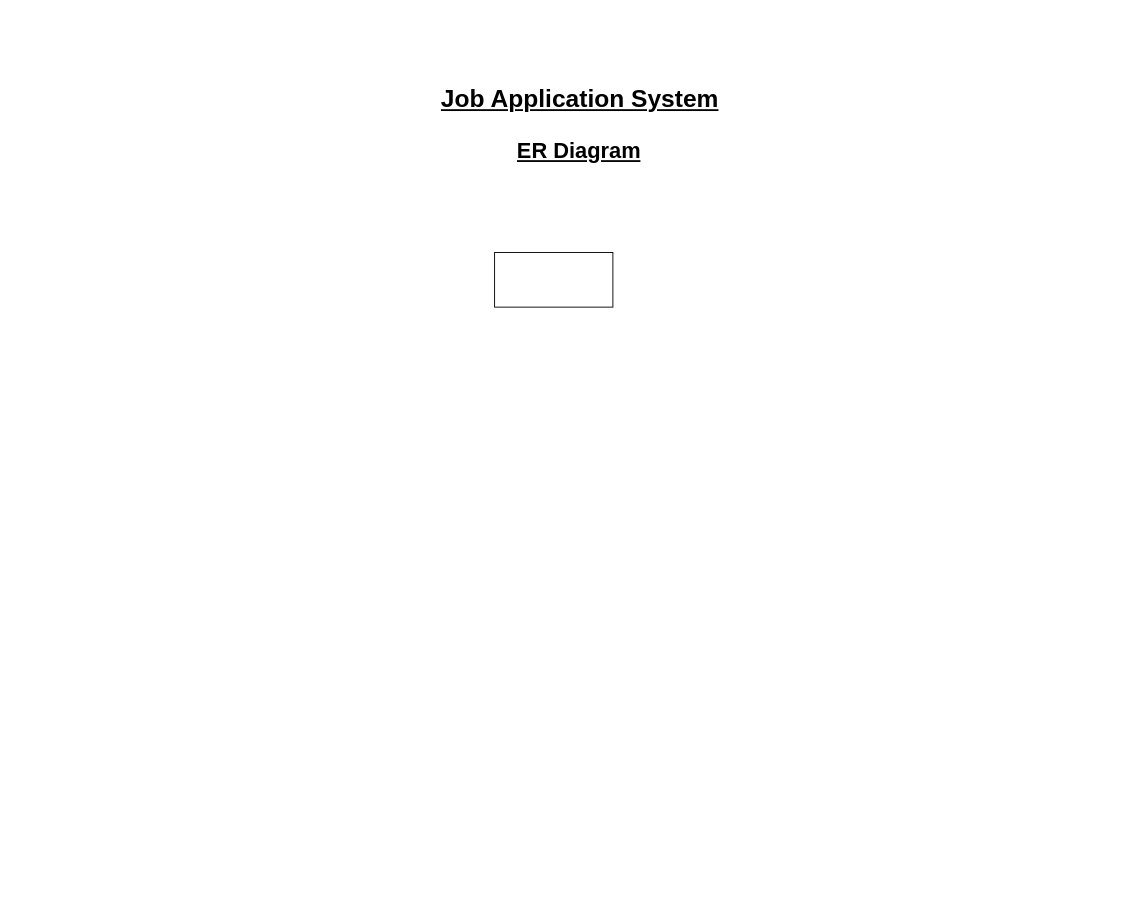
Earlier version of the draw.io diagram page "ERD" (2 of 2) of Job Management System.drawio (ramancodes/Diagrams). Source tidied: cells renumbered, new cells numbered last; positions are measured from the earlier drawing's top-left corner, leaving out a move shared by most shapes. Both pictures are drawn from the tidied source at 91%, with x=0, y=0 at pixel (430, 79).
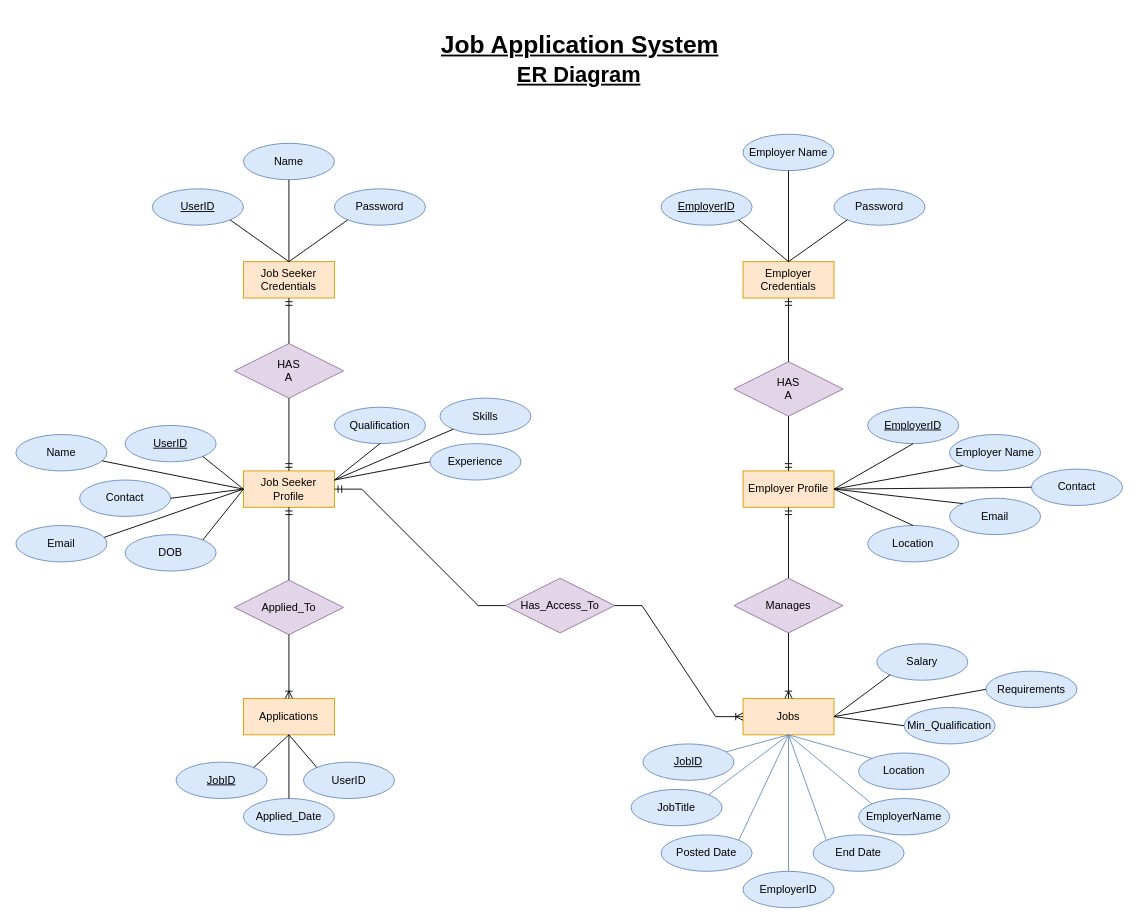
The same page after the edit.

The edit, as a diff of the source:
```diff
@@
     <mxCell id="2" value="&lt;h1&gt;&lt;font style=&quot;font-size: 27px;&quot;&gt;Job Application System&lt;/font&gt;&lt;/h1&gt;" style="text;html=1;strokeColor=none;fillColor=none;spacing=5;spacingTop=-20;whiteSpace=wrap;overflow=hidden;rounded=0;align=center;fontStyle=4;" parent="1" vertex="1">
-      <mxGeometry width="330" height="40" as="geometry" />
+      <mxGeometry y="-60" width="330" height="40" as="geometry" />
     </mxCell>
     <mxCell id="3" value="&lt;h1&gt;ER Diagram&lt;/h1&gt;" style="text;html=1;strokeColor=none;fillColor=none;spacing=5;spacingTop=-20;whiteSpace=wrap;overflow=hidden;rounded=0;align=center;fontStyle=4;" parent="1" vertex="1">
-      <mxGeometry x="39" y="59" width="250" height="40" as="geometry" />
+      <mxGeometry x="39" y="-25" width="250" height="40" as="geometry" />
     </mxCell>
-    <mxCell id="4" style="html=1;dashed=0;whiteSpace=wrap;" parent="1" vertex="1">
-      <mxGeometry x="71" y="190" width="130" height="60" as="geometry" />
-    </mxCell>
+    <mxCell id="5" value="Job Seeker Credentials" style="whiteSpace=wrap;html=1;align=center;fillColor=#ffe6cc;strokeColor=#d79b00;" parent="1" vertex="1">
+      <mxGeometry x="-205" y="200" width="100" height="40" as="geometry" />
+    </mxCell>
+    <mxCell id="6" value="Employer Credentials" style="whiteSpace=wrap;html=1;align=center;fillColor=#ffe6cc;strokeColor=#d79b00;" parent="1" vertex="1">
+      <mxGeometry x="344" y="200" width="100" height="40" as="geometry" />
+    </mxCell>
+    <mxCell id="7" value="Job Seeker Profile" style="whiteSpace=wrap;html=1;align=center;fillColor=#ffe6cc;strokeColor=#d79b00;" parent="1" vertex="1">
+      <mxGeometry x="-205" y="430" width="100" height="40" as="geometry" />
+    </mxCell>
+    <mxCell id="8" value="Employer Profile" style="whiteSpace=wrap;html=1;align=center;fillColor=#ffe6cc;strokeColor=#d79b00;" parent="1" vertex="1">
+      <mxGeometry x="344" y="430" width="100" height="40" as="geometry" />
+    </mxCell>
+    <mxCell id="9" value="Applications" style="whiteSpace=wrap;html=1;align=center;fillColor=#ffe6cc;strokeColor=#d79b00;" parent="1" vertex="1">
+      <mxGeometry x="-205" y="680" width="100" height="40" as="geometry" />
+    </mxCell>
+    <mxCell id="10" value="Jobs" style="whiteSpace=wrap;html=1;align=center;fillColor=#ffe6cc;strokeColor=#d79b00;" parent="1" vertex="1">
+      <mxGeometry x="344" y="680" width="100" height="40" as="geometry" />
+    </mxCell>
+    <mxCell id="11" value="UserID" style="ellipse;whiteSpace=wrap;html=1;align=center;fontStyle=4;fillColor=#dae8fc;strokeColor=#6c8ebf;" parent="1" vertex="1">
+      <mxGeometry x="-305" y="120" width="100" height="40" as="geometry" />
+    </mxCell>
+    <mxCell id="12" value="EmployerID" style="ellipse;whiteSpace=wrap;html=1;align=center;fontStyle=4;fillColor=#dae8fc;strokeColor=#6c8ebf;" parent="1" vertex="1">
+      <mxGeometry x="254" y="120" width="100" height="40" as="geometry" />
+    </mxCell>
+    <mxCell id="13" value="Password" style="ellipse;whiteSpace=wrap;html=1;align=center;fontStyle=0;fillColor=#dae8fc;strokeColor=#6c8ebf;" parent="1" vertex="1">
+      <mxGeometry x="-105" y="120" width="100" height="40" as="geometry" />
+    </mxCell>
+    <mxCell id="14" value="Password" style="ellipse;whiteSpace=wrap;html=1;align=center;fontStyle=0;fillColor=#dae8fc;strokeColor=#6c8ebf;" parent="1" vertex="1">
+      <mxGeometry x="444" y="120" width="100" height="40" as="geometry" />
+    </mxCell>
+    <mxCell id="15" value="Name" style="ellipse;whiteSpace=wrap;html=1;align=center;fontStyle=0;fillColor=#dae8fc;strokeColor=#6c8ebf;" parent="1" vertex="1">
+      <mxGeometry x="-205" y="70" width="100" height="40" as="geometry" />
+    </mxCell>
+    <mxCell id="16" value="Employer Name" style="ellipse;whiteSpace=wrap;html=1;align=center;fontStyle=0;fillColor=#dae8fc;strokeColor=#6c8ebf;" parent="1" vertex="1">
+      <mxGeometry x="344" y="60" width="100" height="40" as="geometry" />
+    </mxCell>
+    <mxCell id="17" value="HAS&lt;br&gt;A" style="shape=rhombus;perimeter=rhombusPerimeter;whiteSpace=wrap;html=1;align=center;fillColor=#e1d5e7;strokeColor=#9673a6;" parent="1" vertex="1">
+      <mxGeometry x="-215" y="290" width="120" height="60" as="geometry" />
+    </mxCell>
+    <mxCell id="18" value="HAS&lt;br&gt;A" style="shape=rhombus;perimeter=rhombusPerimeter;whiteSpace=wrap;html=1;align=center;fillColor=#e1d5e7;strokeColor=#9673a6;" parent="1" vertex="1">
+      <mxGeometry x="334" y="310" width="120" height="60" as="geometry" />
+    </mxCell>
+    <mxCell id="19" value="Applied_To" style="shape=rhombus;perimeter=rhombusPerimeter;whiteSpace=wrap;html=1;align=center;fillColor=#e1d5e7;strokeColor=#9673a6;" parent="1" vertex="1">
+      <mxGeometry x="-215" y="550" width="120" height="60" as="geometry" />
+    </mxCell>
+    <mxCell id="20" value="Manages" style="shape=rhombus;perimeter=rhombusPerimeter;whiteSpace=wrap;html=1;align=center;fillColor=#e1d5e7;strokeColor=#9673a6;" parent="1" vertex="1">
+      <mxGeometry x="334" y="548" width="120" height="60" as="geometry" />
+    </mxCell>
+    <mxCell id="21" value="Has_Access_To" style="shape=rhombus;perimeter=rhombusPerimeter;whiteSpace=wrap;html=1;align=center;fillColor=#e1d5e7;strokeColor=#9673a6;" parent="1" vertex="1">
+      <mxGeometry x="83" y="548" width="120" height="60" as="geometry" />
+    </mxCell>
+    <mxCell id="22" style="endArrow=none;html=1;rounded=0;entryX=0;entryY=1;entryDx=0;entryDy=0;exitX=0.5;exitY=0;exitDx=0;exitDy=0;" parent="1" edge="1" source="5" target="13">
+      <mxGeometry relative="1" as="geometry" />
+    </mxCell>
+    <mxCell id="23" style="endArrow=none;html=1;rounded=0;entryX=0.5;entryY=1;entryDx=0;entryDy=0;exitX=0.5;exitY=0;exitDx=0;exitDy=0;" parent="1" edge="1" source="5" target="15">
+      <mxGeometry relative="1" as="geometry" />
+    </mxCell>
+    <mxCell id="24" style="endArrow=none;html=1;rounded=0;entryX=1;entryY=1;entryDx=0;entryDy=0;exitX=0.5;exitY=0;exitDx=0;exitDy=0;" parent="1" edge="1" source="5" target="11">
+      <mxGeometry relative="1" as="geometry" />
+    </mxCell>
+    <mxCell id="25" style="endArrow=none;html=1;rounded=0;entryX=0.5;entryY=1;entryDx=0;entryDy=0;exitX=0.5;exitY=0;exitDx=0;exitDy=0;" parent="1" edge="1" source="6" target="16">
+      <mxGeometry relative="1" as="geometry" />
+    </mxCell>
+    <mxCell id="26" style="endArrow=none;html=1;rounded=0;entryX=0;entryY=1;entryDx=0;entryDy=0;exitX=0.5;exitY=0;exitDx=0;exitDy=0;" parent="1" edge="1" source="6" target="14">
+      <mxGeometry relative="1" as="geometry" />
+    </mxCell>
+    <mxCell id="27" style="endArrow=none;html=1;rounded=0;entryX=1;entryY=1;entryDx=0;entryDy=0;" parent="1" edge="1" target="12">
+      <mxGeometry relative="1" as="geometry">
+        <mxPoint x="394" y="200" as="sourcePoint" />
+      </mxGeometry>
+    </mxCell>
+    <mxCell id="28" value="UserID" style="ellipse;whiteSpace=wrap;html=1;align=center;fontStyle=4;fillColor=#dae8fc;strokeColor=#6c8ebf;" parent="1" vertex="1">
+      <mxGeometry x="-335" y="380" width="100" height="40" as="geometry" />
+    </mxCell>
+    <mxCell id="29" value="Contact" style="ellipse;whiteSpace=wrap;html=1;align=center;fontStyle=0;fillColor=#dae8fc;strokeColor=#6c8ebf;" parent="1" vertex="1">
+      <mxGeometry x="-385" y="440" width="100" height="40" as="geometry" />
+    </mxCell>
+    <mxCell id="30" value="DOB" style="ellipse;whiteSpace=wrap;html=1;align=center;fontStyle=0;fillColor=#dae8fc;strokeColor=#6c8ebf;" parent="1" vertex="1">
+      <mxGeometry x="-335" y="500" width="100" height="40" as="geometry" />
+    </mxCell>
+    <mxCell id="31" value="Name" style="ellipse;whiteSpace=wrap;html=1;align=center;fontStyle=0;fillColor=#dae8fc;strokeColor=#6c8ebf;" parent="1" vertex="1">
+      <mxGeometry x="-455" y="390" width="100" height="40" as="geometry" />
+    </mxCell>
+    <mxCell id="32" value="Email" style="ellipse;whiteSpace=wrap;html=1;align=center;fontStyle=0;fillColor=#dae8fc;strokeColor=#6c8ebf;" parent="1" vertex="1">
+      <mxGeometry x="-455" y="490" width="100" height="40" as="geometry" />
+    </mxCell>
+    <mxCell id="33" style="endArrow=none;html=1;rounded=0;entryX=0;entryY=0.5;entryDx=0;entryDy=0;" parent="1" edge="1" source="31" target="7">
+      <mxGeometry relative="1" as="geometry" />
+    </mxCell>
+    <mxCell id="34" style="endArrow=none;html=1;rounded=0;exitX=0.97;exitY=0.325;exitDx=0;exitDy=0;exitPerimeter=0;" parent="1" edge="1" source="32">
+      <mxGeometry relative="1" as="geometry">
+        <mxPoint x="-205" y="450" as="targetPoint" />
+      </mxGeometry>
+    </mxCell>
+    <mxCell id="35" style="endArrow=none;html=1;rounded=0;exitX=1;exitY=0.5;exitDx=0;exitDy=0;entryX=0;entryY=0.5;entryDx=0;entryDy=0;" parent="1" edge="1" source="29" target="7">
+      <mxGeometry relative="1" as="geometry" />
+    </mxCell>
+    <mxCell id="36" style="endArrow=none;html=1;rounded=0;exitX=1;exitY=1;exitDx=0;exitDy=0;entryX=0;entryY=0.5;entryDx=0;entryDy=0;" parent="1" edge="1" source="28" target="7">
+      <mxGeometry relative="1" as="geometry" />
+    </mxCell>
+    <mxCell id="37" style="endArrow=none;html=1;rounded=0;exitX=1;exitY=0;exitDx=0;exitDy=0;entryX=0;entryY=0.5;entryDx=0;entryDy=0;" parent="1" edge="1" source="30" target="7">
+      <mxGeometry relative="1" as="geometry" />
+    </mxCell>
+    <mxCell id="38" value="Qualification" style="ellipse;whiteSpace=wrap;html=1;align=center;fontStyle=0;fillColor=#dae8fc;strokeColor=#6c8ebf;" parent="1" vertex="1">
+      <mxGeometry x="-105" y="360" width="100" height="40" as="geometry" />
+    </mxCell>
+    <mxCell id="39" value="Experience" style="ellipse;whiteSpace=wrap;html=1;align=center;fontStyle=0;fillColor=#dae8fc;strokeColor=#6c8ebf;" parent="1" vertex="1">
+      <mxGeometry y="400" width="100" height="40" as="geometry" />
+    </mxCell>
+    <mxCell id="40" value="Skills" style="ellipse;whiteSpace=wrap;html=1;align=center;fontStyle=0;fillColor=#dae8fc;strokeColor=#6c8ebf;" parent="1" vertex="1">
+      <mxGeometry x="11" y="350" width="100" height="40" as="geometry" />
+    </mxCell>
+    <mxCell id="41" style="endArrow=none;html=1;rounded=0;entryX=0.5;entryY=1;entryDx=0;entryDy=0;exitX=1;exitY=0.25;exitDx=0;exitDy=0;" parent="1" edge="1" source="7" target="38">
+      <mxGeometry relative="1" as="geometry" />
+    </mxCell>
+    <mxCell id="42" style="endArrow=none;html=1;rounded=0;entryX=0;entryY=1;entryDx=0;entryDy=0;exitX=1;exitY=0.25;exitDx=0;exitDy=0;" parent="1" edge="1" source="7" target="40">
+      <mxGeometry relative="1" as="geometry" />
+    </mxCell>
+    <mxCell id="43" style="endArrow=none;html=1;rounded=0;entryX=0;entryY=0.5;entryDx=0;entryDy=0;exitX=1;exitY=0.25;exitDx=0;exitDy=0;" parent="1" edge="1" source="7" target="39">
+      <mxGeometry relative="1" as="geometry" />
+    </mxCell>
+    <mxCell id="44" value="Employer Name" style="ellipse;whiteSpace=wrap;html=1;align=center;fontStyle=0;fillColor=#dae8fc;strokeColor=#6c8ebf;" parent="1" vertex="1">
+      <mxGeometry x="571" y="390" width="100" height="40" as="geometry" />
+    </mxCell>
+    <mxCell id="45" value="Contact" style="ellipse;whiteSpace=wrap;html=1;align=center;fontStyle=0;fillColor=#dae8fc;strokeColor=#6c8ebf;" parent="1" vertex="1">
+      <mxGeometry x="661" y="428" width="100" height="40" as="geometry" />
+    </mxCell>
+    <mxCell id="46" value="Location" style="ellipse;whiteSpace=wrap;html=1;align=center;fontStyle=0;fillColor=#dae8fc;strokeColor=#6c8ebf;" parent="1" vertex="1">
+      <mxGeometry x="481" y="490" width="100" height="40" as="geometry" />
+    </mxCell>
+    <mxCell id="47" value="EmployerID" style="ellipse;whiteSpace=wrap;html=1;align=center;fontStyle=4;fillColor=#dae8fc;strokeColor=#6c8ebf;" parent="1" vertex="1">
+      <mxGeometry x="481" y="360" width="100" height="40" as="geometry" />
+    </mxCell>
+    <mxCell id="48" value="Email" style="ellipse;whiteSpace=wrap;html=1;align=center;fontStyle=0;fillColor=#dae8fc;strokeColor=#6c8ebf;" parent="1" vertex="1">
+      <mxGeometry x="571" y="460" width="100" height="40" as="geometry" />
+    </mxCell>
+    <mxCell id="49" style="endArrow=none;html=1;rounded=0;entryX=0.5;entryY=1;entryDx=0;entryDy=0;exitX=1;exitY=0.5;exitDx=0;exitDy=0;" parent="1" edge="1" source="8" target="47">
+      <mxGeometry relative="1" as="geometry" />
+    </mxCell>
+    <mxCell id="50" style="endArrow=none;html=1;rounded=0;entryX=0;entryY=1;entryDx=0;entryDy=0;exitX=1;exitY=0.5;exitDx=0;exitDy=0;" parent="1" edge="1" source="8" target="44">
+      <mxGeometry relative="1" as="geometry" />
+    </mxCell>
+    <mxCell id="51" style="endArrow=none;html=1;rounded=0;entryX=0.5;entryY=0;entryDx=0;entryDy=0;exitX=1;exitY=0.5;exitDx=0;exitDy=0;" parent="1" edge="1" source="8" target="46">
+      <mxGeometry relative="1" as="geometry" />
+    </mxCell>
+    <mxCell id="52" style="endArrow=none;html=1;rounded=0;entryX=0;entryY=0;entryDx=0;entryDy=0;exitX=1;exitY=0.5;exitDx=0;exitDy=0;" parent="1" edge="1" source="8" target="48">
+      <mxGeometry relative="1" as="geometry" />
+    </mxCell>
+    <mxCell id="53" style="endArrow=none;html=1;rounded=0;entryX=0;entryY=0.5;entryDx=0;entryDy=0;exitX=1;exitY=0.5;exitDx=0;exitDy=0;" parent="1" edge="1" source="8" target="45">
+      <mxGeometry relative="1" as="geometry" />
+    </mxCell>
+    <mxCell id="54" value="JobID" style="ellipse;whiteSpace=wrap;html=1;align=center;fontStyle=4;fillColor=#dae8fc;strokeColor=#6c8ebf;" parent="1" vertex="1">
+      <mxGeometry x="234" y="730" width="100" height="40" as="geometry" />
+    </mxCell>
+    <mxCell id="55" value="JobTitle" style="ellipse;whiteSpace=wrap;html=1;align=center;fontStyle=0;fillColor=#dae8fc;strokeColor=#6c8ebf;" parent="1" vertex="1">
+      <mxGeometry x="221" y="780" width="100" height="40" as="geometry" />
+    </mxCell>
+    <mxCell id="56" value="EmployerID" style="ellipse;whiteSpace=wrap;html=1;align=center;fontStyle=0;fillColor=#dae8fc;strokeColor=#6c8ebf;" parent="1" vertex="1">
+      <mxGeometry x="344" y="870" width="100" height="40" as="geometry" />
+    </mxCell>
+    <mxCell id="57" value="EmployerName" style="ellipse;whiteSpace=wrap;html=1;align=center;fontStyle=0;fillColor=#dae8fc;strokeColor=#6c8ebf;" parent="1" vertex="1">
+      <mxGeometry x="471" y="790" width="100" height="40" as="geometry" />
+    </mxCell>
+    <mxCell id="58" value="Location" style="ellipse;whiteSpace=wrap;html=1;align=center;fontStyle=0;fillColor=#dae8fc;strokeColor=#6c8ebf;" parent="1" vertex="1">
+      <mxGeometry x="471" y="740" width="100" height="40" as="geometry" />
+    </mxCell>
+    <mxCell id="59" value="Salary" style="ellipse;whiteSpace=wrap;html=1;align=center;fontStyle=0;fillColor=#dae8fc;strokeColor=#6c8ebf;" parent="1" vertex="1">
+      <mxGeometry x="491" y="620" width="100" height="40" as="geometry" />
+    </mxCell>
+    <mxCell id="60" value="Min_Qualification" style="ellipse;whiteSpace=wrap;html=1;align=center;fontStyle=0;fillColor=#dae8fc;strokeColor=#6c8ebf;" parent="1" vertex="1">
+      <mxGeometry x="521" y="690" width="100" height="40" as="geometry" />
+    </mxCell>
+    <mxCell id="61" value="Requirements" style="ellipse;whiteSpace=wrap;html=1;align=center;fontStyle=0;fillColor=#dae8fc;strokeColor=#6c8ebf;" parent="1" vertex="1">
+      <mxGeometry x="611" y="650" width="100" height="40" as="geometry" />
+    </mxCell>
+    <mxCell id="62" style="endArrow=none;html=1;rounded=0;entryX=0.5;entryY=1;entryDx=0;entryDy=0;fillColor=#dae8fc;strokeColor=#6c8ebf;" parent="1" edge="1" source="54" target="10">
+      <mxGeometry relative="1" as="geometry" />
+    </mxCell>
+    <mxCell id="63" style="endArrow=none;html=1;rounded=0;exitX=1;exitY=0;exitDx=0;exitDy=0;entryX=0.5;entryY=1;entryDx=0;entryDy=0;fillColor=#dae8fc;strokeColor=#6c8ebf;" parent="1" edge="1" source="55" target="10">
+      <mxGeometry relative="1" as="geometry" />
+    </mxCell>
+    <mxCell id="64" style="endArrow=none;html=1;rounded=0;exitX=0;exitY=0;exitDx=0;exitDy=0;entryX=0.5;entryY=1;entryDx=0;entryDy=0;fillColor=#dae8fc;strokeColor=#6c8ebf;" parent="1" edge="1" source="57" target="10">
+      <mxGeometry relative="1" as="geometry" />
+    </mxCell>
+    <mxCell id="65" style="endArrow=none;html=1;rounded=0;exitX=0.5;exitY=0;exitDx=0;exitDy=0;entryX=0.5;entryY=1;entryDx=0;entryDy=0;fillColor=#dae8fc;strokeColor=#6c8ebf;" parent="1" edge="1" source="56" target="10">
+      <mxGeometry relative="1" as="geometry" />
+    </mxCell>
+    <mxCell id="66" style="endArrow=none;html=1;rounded=0;exitX=0;exitY=0;exitDx=0;exitDy=0;entryX=0.5;entryY=1;entryDx=0;entryDy=0;fillColor=#dae8fc;strokeColor=#6c8ebf;" parent="1" edge="1" source="58" target="10">
+      <mxGeometry relative="1" as="geometry" />
+    </mxCell>
+    <mxCell id="67" style="endArrow=none;html=1;rounded=0;exitX=0;exitY=0.5;exitDx=0;exitDy=0;entryX=1;entryY=0.5;entryDx=0;entryDy=0;" parent="1" edge="1" source="60" target="10">
+      <mxGeometry relative="1" as="geometry" />
+    </mxCell>
+    <mxCell id="68" style="endArrow=none;html=1;rounded=0;exitX=0;exitY=0.5;exitDx=0;exitDy=0;entryX=1;entryY=0.5;entryDx=0;entryDy=0;" parent="1" edge="1" source="61" target="10">
+      <mxGeometry relative="1" as="geometry" />
+    </mxCell>
+    <mxCell id="69" style="endArrow=none;html=1;rounded=0;exitX=0;exitY=1;exitDx=0;exitDy=0;entryX=1;entryY=0.5;entryDx=0;entryDy=0;" parent="1" edge="1" source="59" target="10">
+      <mxGeometry relative="1" as="geometry" />
+    </mxCell>
+    <mxCell id="70" value="Posted Date" style="ellipse;whiteSpace=wrap;html=1;align=center;fontStyle=0;fillColor=#dae8fc;strokeColor=#6c8ebf;" parent="1" vertex="1">
+      <mxGeometry x="254" y="830" width="100" height="40" as="geometry" />
+    </mxCell>
+    <mxCell id="71" style="endArrow=none;html=1;rounded=0;exitX=1;exitY=0;exitDx=0;exitDy=0;entryX=0.5;entryY=1;entryDx=0;entryDy=0;fillColor=#dae8fc;strokeColor=#6c8ebf;" parent="1" edge="1" source="70" target="10">
+      <mxGeometry relative="1" as="geometry" />
+    </mxCell>
+    <mxCell id="72" value="End Date" style="ellipse;whiteSpace=wrap;html=1;align=center;fontStyle=0;fillColor=#dae8fc;strokeColor=#6c8ebf;" parent="1" vertex="1">
+      <mxGeometry x="421" y="830" width="100" height="40" as="geometry" />
+    </mxCell>
+    <mxCell id="73" style="endArrow=none;html=1;rounded=0;entryX=0.5;entryY=1;entryDx=0;entryDy=0;exitX=0;exitY=0;exitDx=0;exitDy=0;fillColor=#dae8fc;strokeColor=#6c8ebf;" parent="1" edge="1" source="72" target="10">
+      <mxGeometry relative="1" as="geometry" />
+    </mxCell>
+    <mxCell id="74" value="JobID" style="ellipse;whiteSpace=wrap;html=1;align=center;fontStyle=4;fillColor=#dae8fc;strokeColor=#6c8ebf;" parent="1" vertex="1">
+      <mxGeometry x="-279" y="750" width="100" height="40" as="geometry" />
+    </mxCell>
+    <mxCell id="75" value="UserID" style="ellipse;whiteSpace=wrap;html=1;align=center;fontStyle=0;fillColor=#dae8fc;strokeColor=#6c8ebf;" parent="1" vertex="1">
+      <mxGeometry x="-139" y="750" width="100" height="40" as="geometry" />
+    </mxCell>
+    <mxCell id="76" value="Applied_Date" style="ellipse;whiteSpace=wrap;html=1;align=center;fontStyle=0;fillColor=#dae8fc;strokeColor=#6c8ebf;" parent="1" vertex="1">
+      <mxGeometry x="-205" y="790" width="100" height="40" as="geometry" />
+    </mxCell>
+    <mxCell id="77" style="endArrow=none;html=1;rounded=0;entryX=0.5;entryY=1;entryDx=0;entryDy=0;exitX=1;exitY=0;exitDx=0;exitDy=0;" parent="1" edge="1" source="74" target="9">
+      <mxGeometry relative="1" as="geometry" />
+    </mxCell>
+    <mxCell id="78" style="endArrow=none;html=1;rounded=0;entryX=0.5;entryY=1;entryDx=0;entryDy=0;exitX=0;exitY=0;exitDx=0;exitDy=0;" parent="1" edge="1" source="75" target="9">
+      <mxGeometry relative="1" as="geometry" />
+    </mxCell>
+    <mxCell id="79" style="endArrow=none;html=1;rounded=0;entryX=0.5;entryY=1;entryDx=0;entryDy=0;" parent="1" edge="1" source="76" target="9">
+      <mxGeometry relative="1" as="geometry" />
+    </mxCell>
+    <mxCell id="80" style="edgeStyle=orthogonalEdgeStyle;fontSize=12;html=1;endArrow=ERmandOne;rounded=0;entryX=0.5;entryY=1;entryDx=0;entryDy=0;exitX=0.5;exitY=0;exitDx=0;exitDy=0;" parent="1" edge="1" source="17" target="5">
+      <mxGeometry relative="1" as="geometry" />
+    </mxCell>
+    <mxCell id="81" style="edgeStyle=orthogonalEdgeStyle;fontSize=12;html=1;endArrow=ERmandOne;rounded=0;exitX=0.5;exitY=1;exitDx=0;exitDy=0;" parent="1" edge="1" source="17" target="7">
+      <mxGeometry relative="1" as="geometry" />
+    </mxCell>
+    <mxCell id="82" style="edgeStyle=orthogonalEdgeStyle;fontSize=12;html=1;endArrow=ERmandOne;rounded=0;exitX=0.5;exitY=0;exitDx=0;exitDy=0;entryX=0.5;entryY=1;entryDx=0;entryDy=0;" parent="1" edge="1" source="18" target="6">
+      <mxGeometry relative="1" as="geometry" />
+    </mxCell>
+    <mxCell id="83" style="edgeStyle=orthogonalEdgeStyle;fontSize=12;html=1;endArrow=ERmandOne;rounded=0;exitX=0.5;exitY=1;exitDx=0;exitDy=0;" parent="1" edge="1" source="18" target="8">
+      <mxGeometry relative="1" as="geometry" />
+    </mxCell>
+    <mxCell id="84" style="edgeStyle=orthogonalEdgeStyle;fontSize=12;html=1;endArrow=ERmandOne;rounded=0;entryX=0.5;entryY=1;entryDx=0;entryDy=0;exitX=0.5;exitY=0;exitDx=0;exitDy=0;" parent="1" edge="1" source="19" target="7">
+      <mxGeometry relative="1" as="geometry" />
+    </mxCell>
+    <mxCell id="85" style="edgeStyle=orthogonalEdgeStyle;fontSize=12;html=1;endArrow=ERoneToMany;rounded=0;entryX=0.5;entryY=0;entryDx=0;entryDy=0;exitX=0.5;exitY=1;exitDx=0;exitDy=0;" parent="1" edge="1" source="19" target="9">
+      <mxGeometry relative="1" as="geometry" />
+    </mxCell>
+    <mxCell id="86" style="edgeStyle=orthogonalEdgeStyle;fontSize=12;html=1;endArrow=ERmandOne;rounded=0;exitX=0.5;exitY=0;exitDx=0;exitDy=0;" parent="1" edge="1" source="20" target="8">
+      <mxGeometry relative="1" as="geometry" />
+    </mxCell>
+    <mxCell id="87" style="edgeStyle=orthogonalEdgeStyle;fontSize=12;html=1;endArrow=ERoneToMany;rounded=0;entryX=0.5;entryY=0;entryDx=0;entryDy=0;exitX=0.5;exitY=1;exitDx=0;exitDy=0;" parent="1" edge="1" source="20" target="10">
+      <mxGeometry relative="1" as="geometry" />
+    </mxCell>
+    <mxCell id="88" style="edgeStyle=entityRelationEdgeStyle;fontSize=12;html=1;endArrow=ERmandOne;rounded=0;entryX=1;entryY=0.5;entryDx=0;entryDy=0;exitX=0;exitY=0.5;exitDx=0;exitDy=0;" parent="1" edge="1" source="21" target="7">
+      <mxGeometry relative="1" as="geometry" />
+    </mxCell>
+    <mxCell id="89" style="edgeStyle=entityRelationEdgeStyle;fontSize=12;html=1;endArrow=ERoneToMany;rounded=0;entryX=0;entryY=0.5;entryDx=0;entryDy=0;exitX=1;exitY=0.5;exitDx=0;exitDy=0;" parent="1" edge="1" source="21" target="10">
+      <mxGeometry relative="1" as="geometry" />
+    </mxCell>
```
